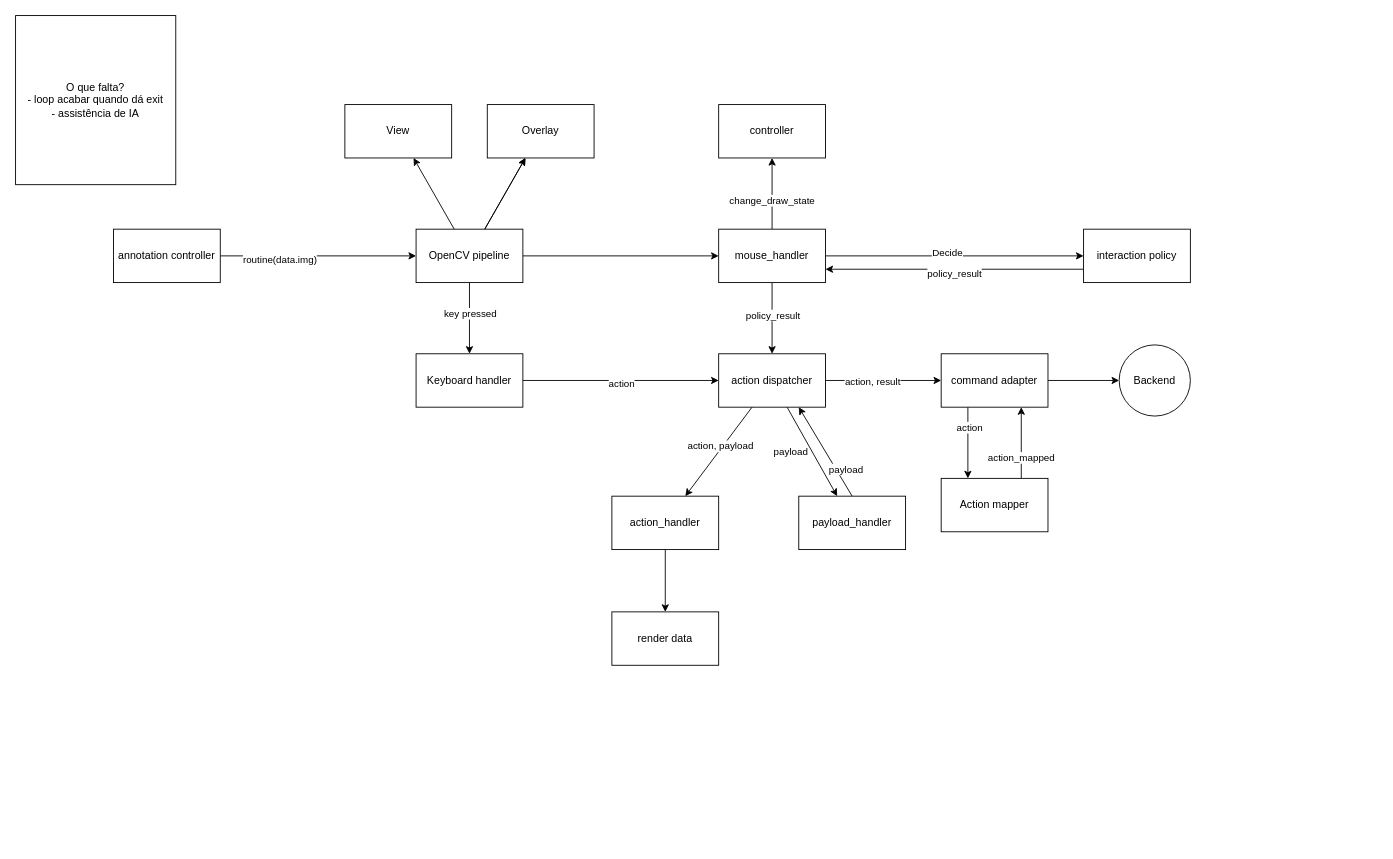
The draw.io diagram annotation_transition/renderer/diagram.drawio in alecremer/Darkroom-CV, before the edit. Source tidied: cells renumbered, new cells numbered last; positions are measured from the earlier drawing's top-left corner, leaving out a move shared by most shapes. Both pictures are drawn from the tidied source at 89%, with x=0, y=0 at pixel (15, 15).
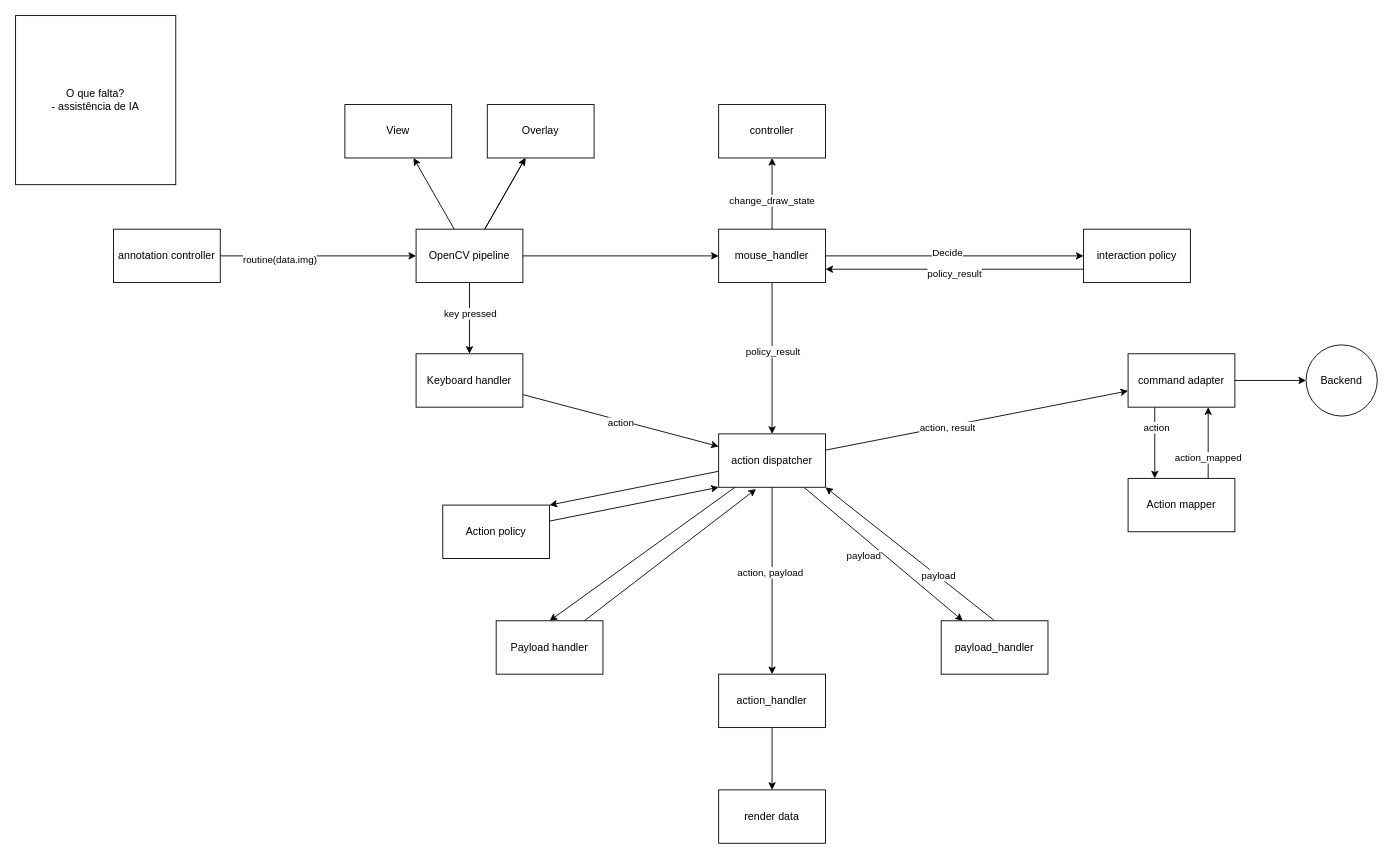
The same diagram, later.

Diff of the diagram source:
```diff
@@
     <mxCell id="13" value="action_handler" style="whiteSpace=wrap;html=1;" parent="1" vertex="1">
-      <mxGeometry x="670" y="540" width="120" height="60" as="geometry" />
+      <mxGeometry x="790" y="740" width="120" height="60" as="geometry" />
     </mxCell>
@@
     <mxCell id="15" value="render data" style="whiteSpace=wrap;html=1;" parent="1" vertex="1">
-      <mxGeometry x="670" y="670" width="120" height="60" as="geometry" />
+      <mxGeometry x="790" y="870" width="120" height="60" as="geometry" />
     </mxCell>
@@
+    <mxCell id="50" style="edgeStyle=none;html=1;entryX=1;entryY=0;entryDx=0;entryDy=0;" parent="1" edge="1" source="22" target="53">
+      <mxGeometry relative="1" as="geometry" />
+    </mxCell>
+    <mxCell id="51" style="edgeStyle=none;html=1;entryX=0.5;entryY=0;entryDx=0;entryDy=0;" parent="1" edge="1" source="22" target="54">
+      <mxGeometry relative="1" as="geometry" />
+    </mxCell>
     <mxCell id="22" value="action dispatcher" style="whiteSpace=wrap;html=1;" parent="1" vertex="1">
-      <mxGeometry x="790" y="380" width="120" height="60" as="geometry" />
+      <mxGeometry x="790" y="470" width="120" height="60" as="geometry" />
     </mxCell>
     <mxCell id="23" style="edgeStyle=none;html=1;" parent="1" edge="1" source="26">
       <mxGeometry relative="1" as="geometry">
-        <mxPoint x="1240" y="410" as="targetPoint" />
+        <mxPoint x="1450" y="410" as="targetPoint" />
       </mxGeometry>
     </mxCell>
@@
     <mxCell id="26" value="command adapter" style="whiteSpace=wrap;html=1;" parent="1" vertex="1">
-      <mxGeometry x="1040" y="380" width="120" height="60" as="geometry" />
+      <mxGeometry x="1250" y="380" width="120" height="60" as="geometry" />
     </mxCell>
     <mxCell id="27" value="Backend" style="ellipse;whiteSpace=wrap;html=1;" parent="1" vertex="1">
-      <mxGeometry x="1240" y="370" width="80" height="80" as="geometry" />
+      <mxGeometry x="1450" y="370" width="80" height="80" as="geometry" />
     </mxCell>
@@
-    <mxCell id="43" value="O que falta?&lt;br&gt;- loop acabar quando dá exit&lt;div&gt;- assistência de IA&lt;br&gt;&lt;/div&gt;" style="whiteSpace=wrap;html=1;" parent="1" vertex="1">
+    <mxCell id="43" value="O que falta?&lt;br&gt;&lt;div&gt;- assistência de IA&lt;br&gt;&lt;/div&gt;" style="whiteSpace=wrap;html=1;" parent="1" vertex="1">
       <mxGeometry width="180" height="190" as="geometry" />
     </mxCell>
@@
     <mxCell id="46" value="Action mapper" style="whiteSpace=wrap;html=1;" parent="1" vertex="1">
-      <mxGeometry x="1040" y="520" width="120" height="60" as="geometry" />
+      <mxGeometry x="1250" y="520" width="120" height="60" as="geometry" />
     </mxCell>
-    <mxCell id="47" style="edgeStyle=none;html=1;entryX=0.75;entryY=1;entryDx=0;entryDy=0;exitX=0.5;exitY=0;exitDx=0;exitDy=0;" parent="1" edge="1" source="49" target="22">
+    <mxCell id="47" style="edgeStyle=none;html=1;entryX=1;entryY=1;entryDx=0;entryDy=0;exitX=0.5;exitY=0;exitDx=0;exitDy=0;" parent="1" edge="1" source="49" target="22">
       <mxGeometry relative="1" as="geometry" />
     </mxCell>
@@
     <mxCell id="49" value="payload_handler" style="whiteSpace=wrap;html=1;" parent="1" vertex="1">
-      <mxGeometry x="880" y="540" width="120" height="60" as="geometry" />
+      <mxGeometry x="1040" y="680" width="120" height="60" as="geometry" />
     </mxCell>
+    <mxCell id="52" style="edgeStyle=none;html=1;entryX=0;entryY=1;entryDx=0;entryDy=0;" parent="1" edge="1" source="53" target="22">
+      <mxGeometry relative="1" as="geometry" />
+    </mxCell>
+    <mxCell id="53" value="Action policy" style="whiteSpace=wrap;html=1;" parent="1" vertex="1">
+      <mxGeometry x="480" y="550" width="120" height="60" as="geometry" />
+    </mxCell>
+    <mxCell id="54" value="Payload handler" style="whiteSpace=wrap;html=1;" parent="1" vertex="1">
+      <mxGeometry x="540" y="680" width="120" height="60" as="geometry" />
+    </mxCell>
+    <mxCell id="55" style="edgeStyle=none;html=1;entryX=0.35;entryY=1.033;entryDx=0;entryDy=0;entryPerimeter=0;" parent="1" edge="1" source="54" target="22">
+      <mxGeometry relative="1" as="geometry" />
+    </mxCell>
```
